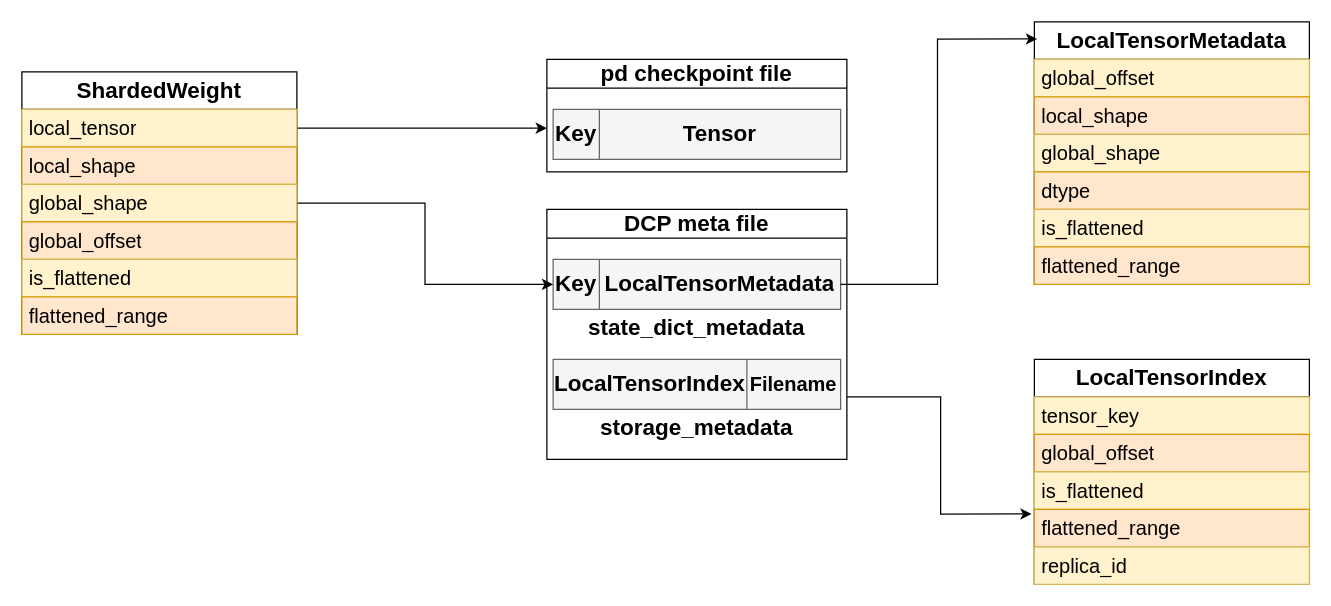
The draw.io diagram drawio_images/DCP_meta_file.drawio in zty-king/zty-king, before the edit. Source tidied: cells renumbered, new cells numbered last; positions are measured from the earlier drawing's top-left corner, leaving out a move shared by most shapes. Both pictures are drawn from the tidied source at 125%, with x=0, y=0 at pixel (21, 21).
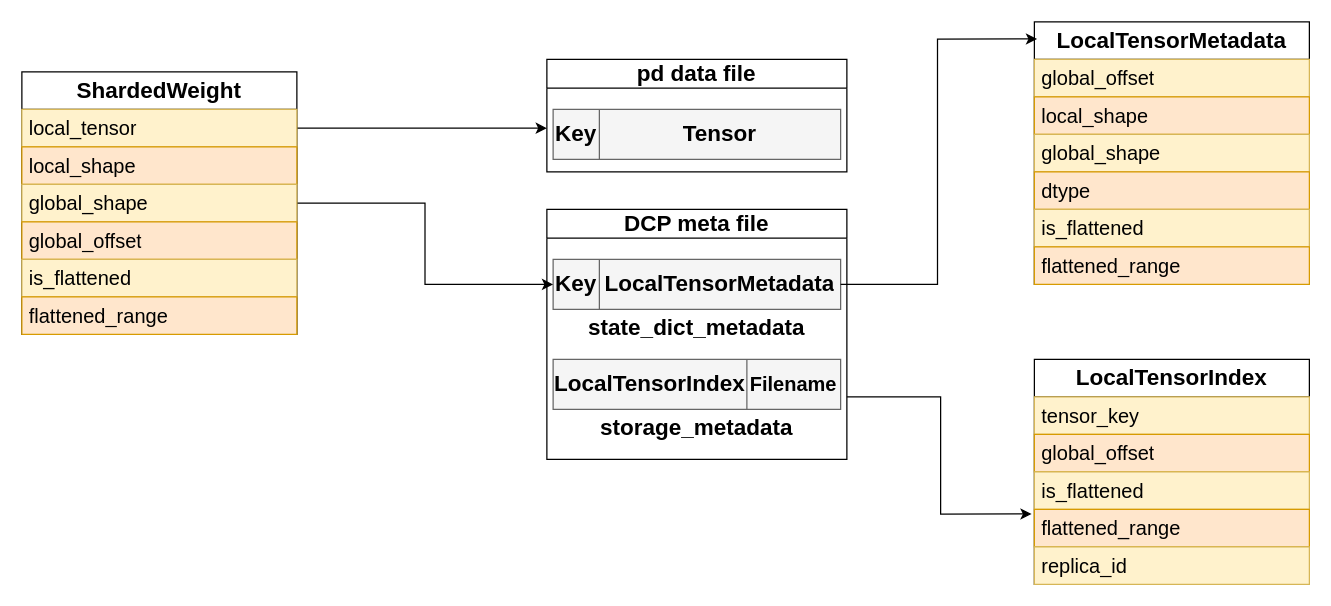
After the change.

Change to the diagram source:
```diff
@@
-    <mxCell id="37" value="&lt;font style=&quot;font-size: 18px;&quot;&gt;pd checkpoint file&lt;/font&gt;" style="swimlane;whiteSpace=wrap;html=1;" parent="1" vertex="1">
+    <mxCell id="37" value="&lt;font style=&quot;font-size: 18px;&quot;&gt;pd data file&lt;/font&gt;" style="swimlane;whiteSpace=wrap;html=1;" parent="1" vertex="1">
       <mxGeometry x="420" y="30" width="240" height="90" as="geometry" />
     </mxCell>
```
